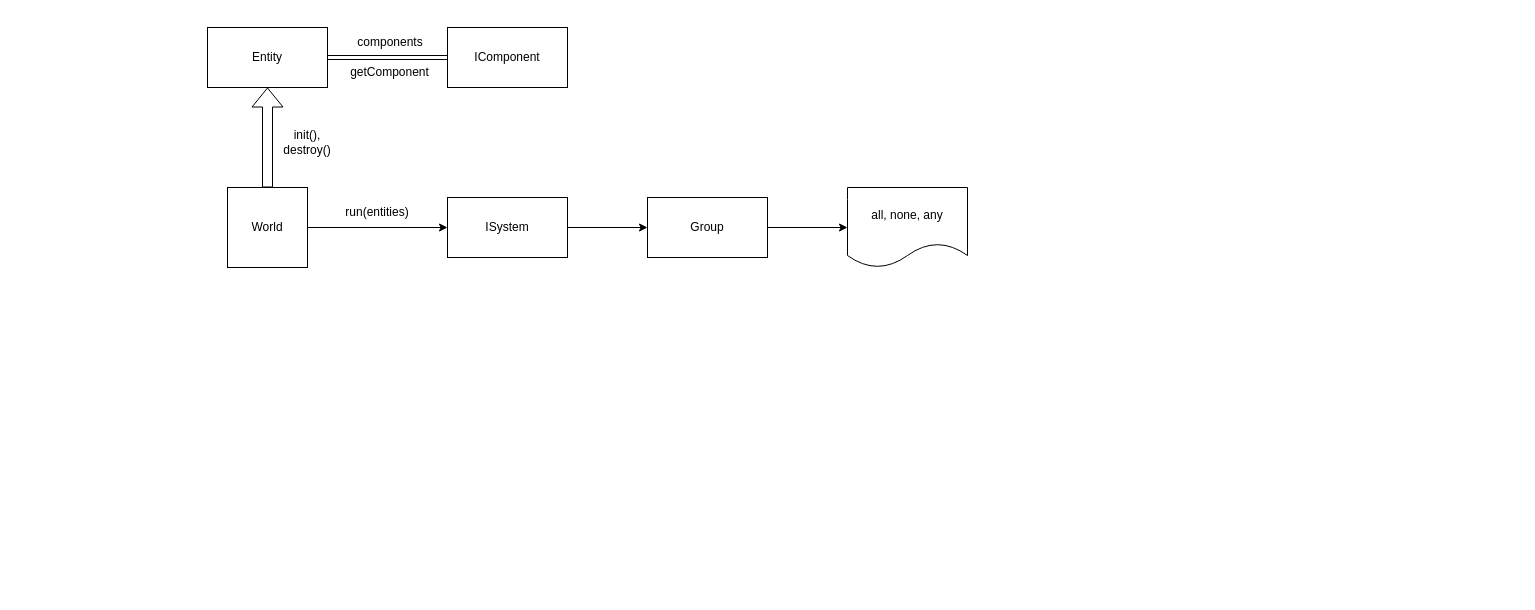
Earlier version of the draw.io diagram Диаграмма без названия.drawio (LargonG/kote-engine). Source tidied: cells renumbered, new cells numbered last; positions are measured from the earlier drawing's top-left corner, leaving out a move shared by most shapes. Both pictures are drawn from the tidied source at 100%, with x=0, y=0 at pixel (207, 27).
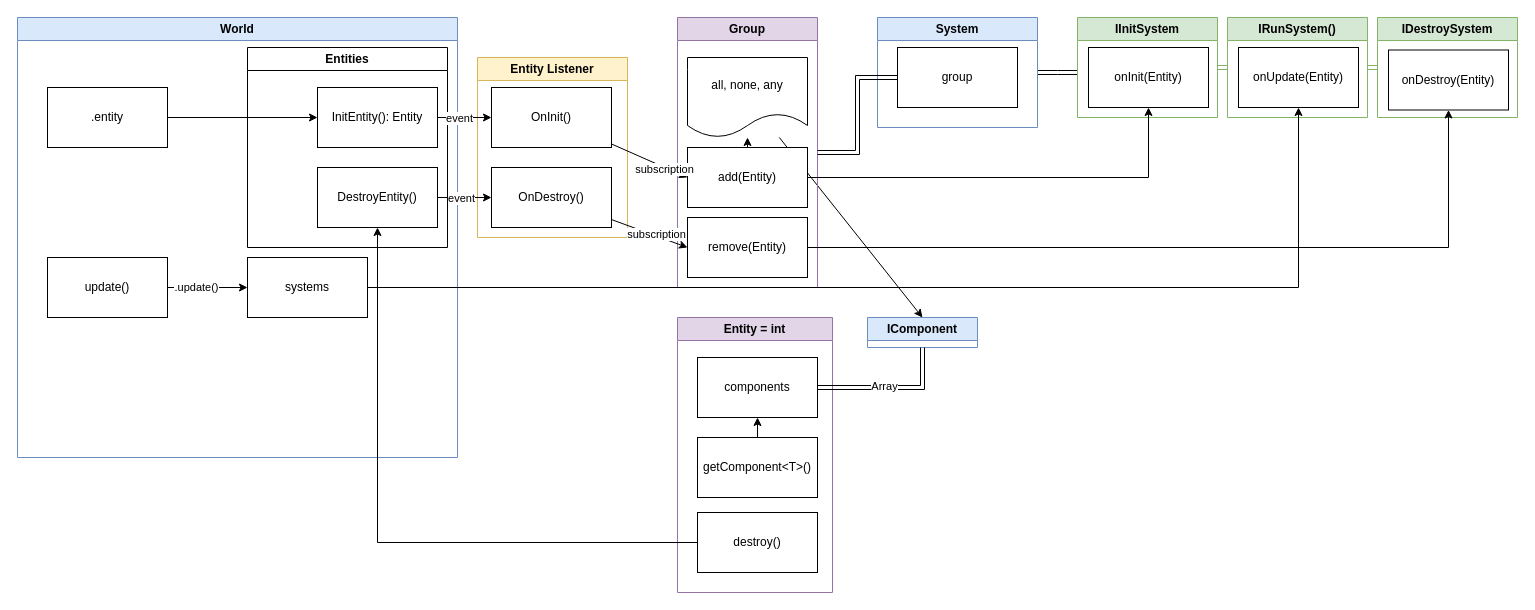
The same page after the edit.

What changed in the source:
```diff
@@
-    <mxCell id="2" style="rounded=0;jettySize=auto;html=1;shape=link;" parent="1" edge="1" source="3" target="4">
-      <mxGeometry relative="1" as="geometry" />
-    </mxCell>
-    <mxCell id="3" value="Entity" style="rounded=0;whiteSpace=wrap;html=1;" parent="1" vertex="1">
-      <mxGeometry width="120" height="60" as="geometry" />
-    </mxCell>
+    <mxCell id="17" value="Entity Listener" style="swimlane;whiteSpace=wrap;html=1;fillColor=#fff2cc;strokeColor=#d6b656;" parent="1" vertex="1">
+      <mxGeometry x="270" y="30" width="150" height="180" as="geometry" />
+    </mxCell>
+    <mxCell id="18" value="OnInit()" style="whiteSpace=wrap;html=1;" parent="17" vertex="1">
+      <mxGeometry x="14" y="30" width="120" height="60" as="geometry" />
+    </mxCell>
+    <mxCell id="19" value="OnDestroy()" style="whiteSpace=wrap;html=1;" parent="17" vertex="1">
+      <mxGeometry x="14" y="110" width="120" height="60" as="geometry" />
+    </mxCell>
+    <mxCell id="9" value="World" style="swimlane;whiteSpace=wrap;html=1;fillColor=#dae8fc;strokeColor=#6c8ebf;" parent="1" vertex="1">
+      <mxGeometry x="-190" y="-10" width="440" height="440" as="geometry" />
+    </mxCell>
+    <mxCell id="20" style="edgeStyle=none;rounded=0;jettySize=auto;html=1;elbow=vertical;" parent="9" edge="1" source="21" target="24">
+      <mxGeometry relative="1" as="geometry" />
+    </mxCell>
+    <mxCell id="21" value=".entity" style="whiteSpace=wrap;html=1;" parent="9" vertex="1">
+      <mxGeometry x="30" y="70" width="120" height="60" as="geometry" />
+    </mxCell>
+    <mxCell id="22" value="Entities" style="swimlane;whiteSpace=wrap;html=1;startSize=23;" parent="9" vertex="1">
+      <mxGeometry x="230" y="30" width="200" height="200" as="geometry" />
+    </mxCell>
+    <mxCell id="23" value="DestroyEntity()" style="whiteSpace=wrap;html=1;" parent="22" vertex="1">
+      <mxGeometry x="70" y="120" width="120" height="60" as="geometry" />
+    </mxCell>
+    <mxCell id="24" value="InitEntity(): Entity" style="whiteSpace=wrap;html=1;" parent="22" vertex="1">
+      <mxGeometry x="70" y="40" width="120" height="60" as="geometry" />
+    </mxCell>
+    <mxCell id="25" style="edgeStyle=orthogonalEdgeStyle;rounded=0;jettySize=auto;html=1;" parent="9" edge="1" source="27" target="28">
+      <mxGeometry relative="1" as="geometry" />
+    </mxCell>
+    <mxCell id="26" value=".update()" style="edgeLabel;html=1;align=center;verticalAlign=middle;" parent="25" vertex="1">
+      <mxGeometry x="-0.29" y="1" relative="1" as="geometry" />
+    </mxCell>
+    <mxCell id="27" value="update()" style="whiteSpace=wrap;html=1;" parent="9" vertex="1">
+      <mxGeometry x="30" y="240" width="120" height="60" as="geometry" />
+    </mxCell>
+    <mxCell id="28" value="systems" style="whiteSpace=wrap;html=1;" parent="9" vertex="1">
+      <mxGeometry x="230" y="240" width="120" height="60" as="geometry" />
+    </mxCell>
+    <mxCell id="29" style="edgeStyle=none;rounded=0;jettySize=auto;html=1;entryX=0;entryY=0.5;entryDx=0;entryDy=0;elbow=vertical;" parent="1" edge="1" source="24" target="18">
+      <mxGeometry relative="1" as="geometry" />
+    </mxCell>
+    <mxCell id="30" value="event" style="edgeLabel;html=1;align=center;verticalAlign=middle;" parent="29" vertex="1">
+      <mxGeometry x="0.12" relative="1" as="geometry">
+        <mxPoint x="-9" as="offset" />
+      </mxGeometry>
+    </mxCell>
+    <mxCell id="31" style="edgeStyle=none;rounded=0;jettySize=auto;html=1;entryX=0;entryY=0.5;entryDx=0;entryDy=0;elbow=vertical;" parent="1" edge="1" source="23" target="19">
+      <mxGeometry relative="1" as="geometry" />
+    </mxCell>
+    <mxCell id="32" value="event" style="edgeLabel;html=1;align=center;verticalAlign=middle;" parent="31" vertex="1">
+      <mxGeometry x="0.28" y="-2" relative="1" as="geometry">
+        <mxPoint x="-12" y="-2" as="offset" />
+      </mxGeometry>
+    </mxCell>
+    <mxCell id="33" style="edgeStyle=orthogonalEdgeStyle;rounded=0;jettySize=auto;html=1;exitX=1;exitY=0.5;exitDx=0;exitDy=0;shape=link;" parent="1" edge="1" source="34">
+      <mxGeometry relative="1" as="geometry">
+        <mxPoint x="870" y="45" as="targetPoint" />
+      </mxGeometry>
+    </mxCell>
+    <mxCell id="34" value="System" style="swimlane;whiteSpace=wrap;html=1;fillColor=#dae8fc;strokeColor=#6c8ebf;" parent="1" vertex="1">
+      <mxGeometry x="670" y="-10" width="160" height="110" as="geometry" />
+    </mxCell>
+    <mxCell id="35" value="group" style="whiteSpace=wrap;html=1;" parent="34" vertex="1">
+      <mxGeometry x="20" y="30" width="120" height="60" as="geometry" />
+    </mxCell>
+    <mxCell id="36" value="Entity = int" style="swimlane;whiteSpace=wrap;html=1;startSize=23;fillColor=#e1d5e7;strokeColor=#9673a6;" parent="1" vertex="1">
+      <mxGeometry x="470" y="290" width="155" height="275" as="geometry" />
+    </mxCell>
+    <mxCell id="10" value="components" style="whiteSpace=wrap;html=1;" parent="36" vertex="1">
+      <mxGeometry x="20" y="40" width="120" height="60" as="geometry" />
+    </mxCell>
+    <mxCell id="37" style="edgeStyle=none;rounded=0;jettySize=auto;html=1;entryX=0.5;entryY=1;entryDx=0;entryDy=0;elbow=vertical;" parent="36" edge="1" source="38" target="10">
+      <mxGeometry relative="1" as="geometry" />
+    </mxCell>
+    <mxCell id="38" value="getComponent&amp;lt;T&amp;gt;()" style="whiteSpace=wrap;html=1;" parent="36" vertex="1">
+      <mxGeometry x="20" y="120" width="120" height="60" as="geometry" />
+    </mxCell>
+    <mxCell id="39" value="destroy()" style="whiteSpace=wrap;html=1;" parent="36" vertex="1">
+      <mxGeometry x="20" y="195" width="120" height="60" as="geometry" />
+    </mxCell>
-    <mxCell id="4" value="IComponent" style="rounded=0;whiteSpace=wrap;html=1;" parent="1" vertex="1">
-      <mxGeometry x="240" width="120" height="60" as="geometry" />
+    <mxCell id="4" value="IComponent" style="swimlane;whiteSpace=wrap;html=1;fillColor=#dae8fc;strokeColor=#6c8ebf;" parent="1" vertex="1" collapsed="1">
+      <mxGeometry x="660" y="290" width="110" height="30" as="geometry" />
     </mxCell>
-    <mxCell id="5" style="edgeStyle=none;rounded=0;jettySize=auto;html=1;" parent="1" edge="1" source="6" target="15">
-      <mxGeometry relative="1" as="geometry" />
-    </mxCell>
-    <mxCell id="6" value="ISystem" style="rounded=0;whiteSpace=wrap;html=1;" parent="1" vertex="1">
-      <mxGeometry x="240" y="170" width="120" height="60" as="geometry" />
-    </mxCell>
-    <mxCell id="7" style="edgeStyle=none;rounded=0;jettySize=auto;html=1;entryX=0.5;entryY=1;entryDx=0;entryDy=0;shape=flexArrow;" parent="1" edge="1" source="9" target="3">
-      <mxGeometry relative="1" as="geometry" />
-    </mxCell>
-    <mxCell id="8" style="edgeStyle=none;rounded=0;jettySize=auto;html=1;" parent="1" edge="1" source="9" target="6">
-      <mxGeometry relative="1" as="geometry" />
-    </mxCell>
-    <mxCell id="9" value="World" style="whiteSpace=wrap;html=1;" parent="1" vertex="1">
-      <mxGeometry x="20" y="160" width="80" height="80" as="geometry" />
-    </mxCell>
-    <mxCell id="10" value="components" style="text;strokeColor=none;align=center;fillColor=none;html=1;verticalAlign=middle;whiteSpace=wrap;rounded=0;" parent="1" vertex="1">
-      <mxGeometry x="152.5" width="60" height="30" as="geometry" />
-    </mxCell>
-    <mxCell id="11" value="getComponent" style="text;strokeColor=none;align=center;fillColor=none;html=1;verticalAlign=middle;whiteSpace=wrap;rounded=0;" parent="1" vertex="1">
-      <mxGeometry x="160" y="30" width="45" height="30" as="geometry" />
-    </mxCell>
-    <mxCell id="12" value="init(),&lt;br&gt;destroy()" style="text;strokeColor=none;align=center;fillColor=none;html=1;verticalAlign=middle;whiteSpace=wrap;rounded=0;" parent="1" vertex="1">
-      <mxGeometry x="70" y="100" width="60" height="30" as="geometry" />
-    </mxCell>
-    <mxCell id="13" value="run(entities)" style="text;strokeColor=none;align=center;fillColor=none;html=1;verticalAlign=middle;whiteSpace=wrap;rounded=0;" parent="1" vertex="1">
-      <mxGeometry x="140" y="170" width="60" height="30" as="geometry" />
-    </mxCell>
-    <mxCell id="14" style="edgeStyle=none;rounded=0;jettySize=auto;html=1;" parent="1" edge="1" source="15" target="16">
-      <mxGeometry relative="1" as="geometry" />
-    </mxCell>
+    <mxCell id="40" style="edgeStyle=orthogonalEdgeStyle;rounded=0;jettySize=auto;html=1;entryX=0.5;entryY=1;entryDx=0;entryDy=0;elbow=vertical;shape=link;exitX=1;exitY=0.5;exitDx=0;exitDy=0;" parent="1" edge="1" source="10" target="4">
+      <mxGeometry relative="1" as="geometry" />
+    </mxCell>
+    <mxCell id="41" value="Array" style="edgeLabel;html=1;align=center;verticalAlign=middle;" parent="40" vertex="1">
+      <mxGeometry x="0.09" y="-2" relative="1" as="geometry">
+        <mxPoint x="-13" y="-4" as="offset" />
+      </mxGeometry>
+    </mxCell>
+    <mxCell id="42" style="edgeStyle=none;rounded=0;jettySize=auto;html=1;entryX=0.5;entryY=0;entryDx=0;entryDy=0;elbow=vertical;" parent="1" edge="1" source="16" target="4">
+      <mxGeometry relative="1" as="geometry" />
+    </mxCell>
+    <mxCell id="43" style="rounded=0;jettySize=auto;html=1;entryX=0.5;entryY=1;entryDx=0;entryDy=0;edgeStyle=orthogonalEdgeStyle;" parent="1" edge="1" source="39" target="23">
+      <mxGeometry relative="1" as="geometry" />
+    </mxCell>
-    <mxCell id="15" value="Group" style="rounded=0;whiteSpace=wrap;html=1;" parent="1" vertex="1">
-      <mxGeometry x="440" y="170" width="120" height="60" as="geometry" />
+    <mxCell id="15" value="Group" style="swimlane;whiteSpace=wrap;html=1;startSize=23;fillColor=#e1d5e7;strokeColor=#9673a6;" parent="1" vertex="1">
+      <mxGeometry x="470" y="-10" width="140" height="270" as="geometry" />
     </mxCell>
-    <mxCell id="16" value="all, none, any" style="shape=document;whiteSpace=wrap;html=1;boundedLbl=1;rounded=0;" parent="1" vertex="1">
-      <mxGeometry x="640" y="160" width="120" height="80" as="geometry" />
+    <mxCell id="16" value="all, none, any" style="shape=document;whiteSpace=wrap;html=1;boundedLbl=1;" parent="15" vertex="1">
+      <mxGeometry x="10" y="40" width="120" height="80" as="geometry" />
     </mxCell>
+    <mxCell id="44" style="edgeStyle=none;rounded=0;jettySize=auto;html=1;elbow=vertical;" parent="15" edge="1" source="45" target="16">
+      <mxGeometry relative="1" as="geometry" />
+    </mxCell>
+    <mxCell id="45" value="add(Entity)" style="whiteSpace=wrap;html=1;" parent="15" vertex="1">
+      <mxGeometry x="10" y="130" width="120" height="60" as="geometry" />
+    </mxCell>
+    <mxCell id="46" value="remove(Entity)" style="whiteSpace=wrap;html=1;" parent="15" vertex="1">
+      <mxGeometry x="10" y="200" width="120" height="60" as="geometry" />
+    </mxCell>
+    <mxCell id="47" style="edgeStyle=none;rounded=0;jettySize=auto;html=1;entryX=0;entryY=0.5;entryDx=0;entryDy=0;elbow=vertical;" parent="1" edge="1" source="18" target="45">
+      <mxGeometry relative="1" as="geometry" />
+    </mxCell>
+    <mxCell id="48" value="subscription" style="edgeLabel;html=1;align=center;verticalAlign=middle;" parent="47" vertex="1">
+      <mxGeometry x="0.39" y="-2" relative="1" as="geometry" />
+    </mxCell>
+    <mxCell id="49" style="edgeStyle=none;rounded=0;jettySize=auto;html=1;entryX=0;entryY=0.5;entryDx=0;entryDy=0;elbow=vertical;" parent="1" edge="1" source="19" target="46">
+      <mxGeometry relative="1" as="geometry" />
+    </mxCell>
+    <mxCell id="50" value="subscription" style="edgeLabel;html=1;align=center;verticalAlign=middle;" parent="49" vertex="1">
+      <mxGeometry x="0.16" y="2" relative="1" as="geometry" />
+    </mxCell>
+    <mxCell id="51" style="edgeStyle=orthogonalEdgeStyle;rounded=0;jettySize=auto;html=1;entryX=1;entryY=0.5;entryDx=0;entryDy=0;shape=link;" parent="1" edge="1" source="35" target="15">
+      <mxGeometry relative="1" as="geometry" />
+    </mxCell>
+    <mxCell id="52" style="edgeStyle=orthogonalEdgeStyle;shape=link;rounded=0;jettySize=auto;html=1;exitX=1;exitY=0.5;exitDx=0;exitDy=0;entryX=0;entryY=0.5;entryDx=0;entryDy=0;fillColor=#d5e8d4;strokeColor=#82b366;" parent="1" edge="1" source="53" target="56">
+      <mxGeometry relative="1" as="geometry" />
+    </mxCell>
+    <mxCell id="53" value="IInitSystem" style="swimlane;whiteSpace=wrap;html=1;fillColor=#d5e8d4;strokeColor=#82b366;" parent="1" vertex="1">
+      <mxGeometry x="870" y="-10" width="140" height="100" as="geometry" />
+    </mxCell>
+    <mxCell id="54" value="onInit(Entity)" style="whiteSpace=wrap;html=1;" parent="53" vertex="1">
+      <mxGeometry x="11" y="30" width="120" height="60" as="geometry" />
+    </mxCell>
+    <mxCell id="55" style="edgeStyle=orthogonalEdgeStyle;shape=link;rounded=0;jettySize=auto;html=1;exitX=1;exitY=0.5;exitDx=0;exitDy=0;entryX=0;entryY=0.5;entryDx=0;entryDy=0;fillColor=#d5e8d4;strokeColor=#82b366;" parent="1" edge="1" source="56" target="58">
+      <mxGeometry relative="1" as="geometry" />
+    </mxCell>
+    <mxCell id="56" value="IRunSystem()" style="swimlane;whiteSpace=wrap;html=1;fillColor=#d5e8d4;strokeColor=#82b366;" parent="1" vertex="1">
+      <mxGeometry x="1020" y="-10" width="140" height="100" as="geometry" />
+    </mxCell>
+    <mxCell id="57" value="onUpdate(Entity)" style="whiteSpace=wrap;html=1;" parent="56" vertex="1">
+      <mxGeometry x="11" y="30" width="120" height="60" as="geometry" />
+    </mxCell>
+    <mxCell id="58" value="IDestroySystem" style="swimlane;whiteSpace=wrap;html=1;fillColor=#d5e8d4;strokeColor=#82b366;" parent="1" vertex="1">
+      <mxGeometry x="1170" y="-10" width="140" height="100" as="geometry" />
+    </mxCell>
+    <mxCell id="59" value="onDestroy(Entity)" style="whiteSpace=wrap;html=1;" parent="58" vertex="1">
+      <mxGeometry x="11" y="32.5" width="120" height="60" as="geometry" />
+    </mxCell>
+    <mxCell id="60" style="edgeStyle=orthogonalEdgeStyle;rounded=0;jettySize=auto;html=1;entryX=0.5;entryY=1;entryDx=0;entryDy=0;" parent="1" edge="1" source="28" target="57">
+      <mxGeometry relative="1" as="geometry" />
+    </mxCell>
+    <mxCell id="61" style="edgeStyle=orthogonalEdgeStyle;rounded=0;jettySize=auto;html=1;entryX=0.5;entryY=1;entryDx=0;entryDy=0;" parent="1" edge="1" source="45" target="54">
+      <mxGeometry relative="1" as="geometry" />
+    </mxCell>
+    <mxCell id="62" style="edgeStyle=orthogonalEdgeStyle;rounded=0;jettySize=auto;html=1;entryX=0.5;entryY=1;entryDx=0;entryDy=0;" parent="1" edge="1" source="46" target="59">
+      <mxGeometry relative="1" as="geometry" />
+    </mxCell>
```
